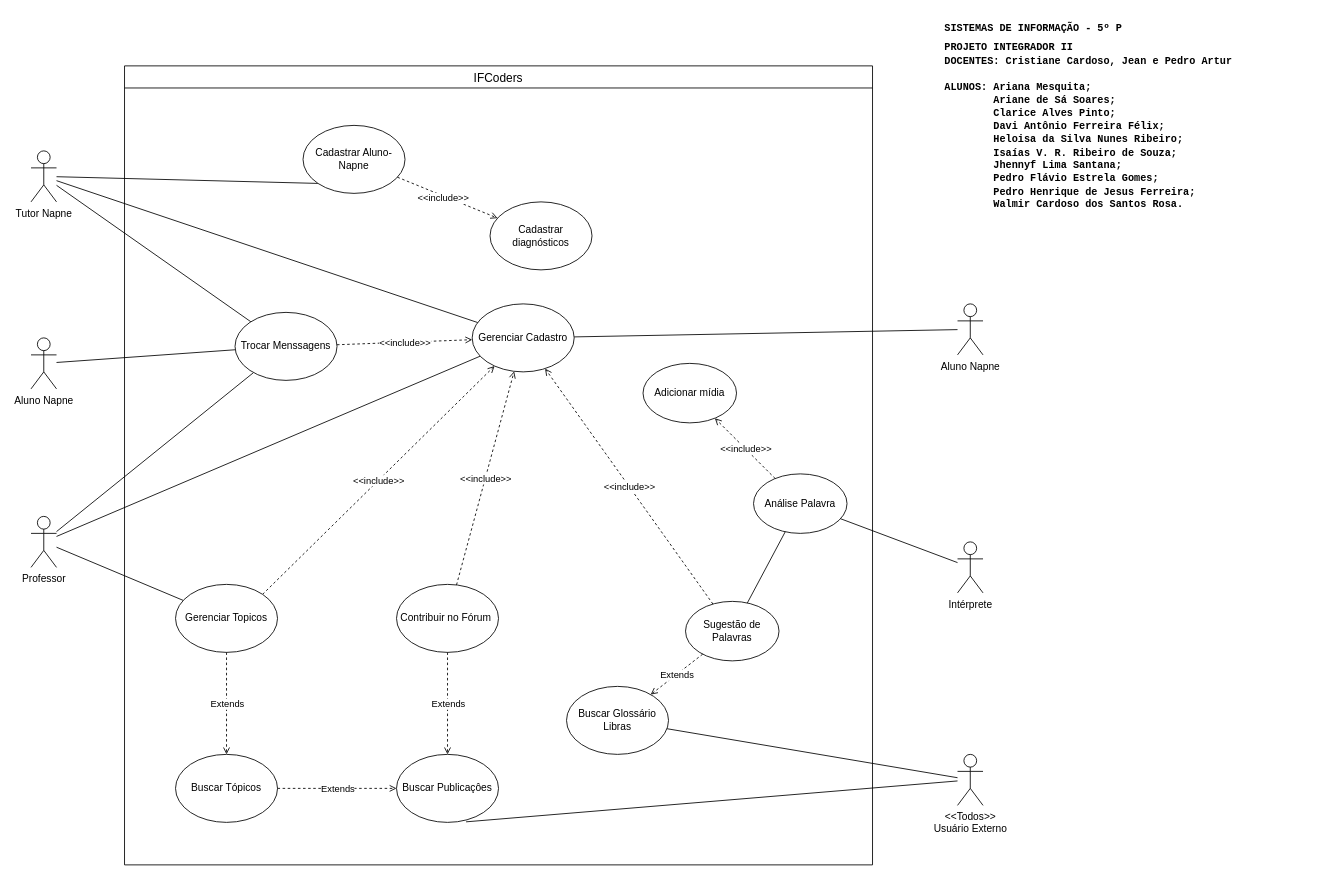
Before: Casos_Uso.drawio in arianamesquita/IFCoders, a draw.io diagram. Source tidied: cells renumbered, new cells numbered last; positions are measured from the earlier drawing's top-left corner, leaving out a move shared by most shapes. Both pictures are drawn from the tidied source at 85%, with x=0, y=0 at pixel (31, 23).
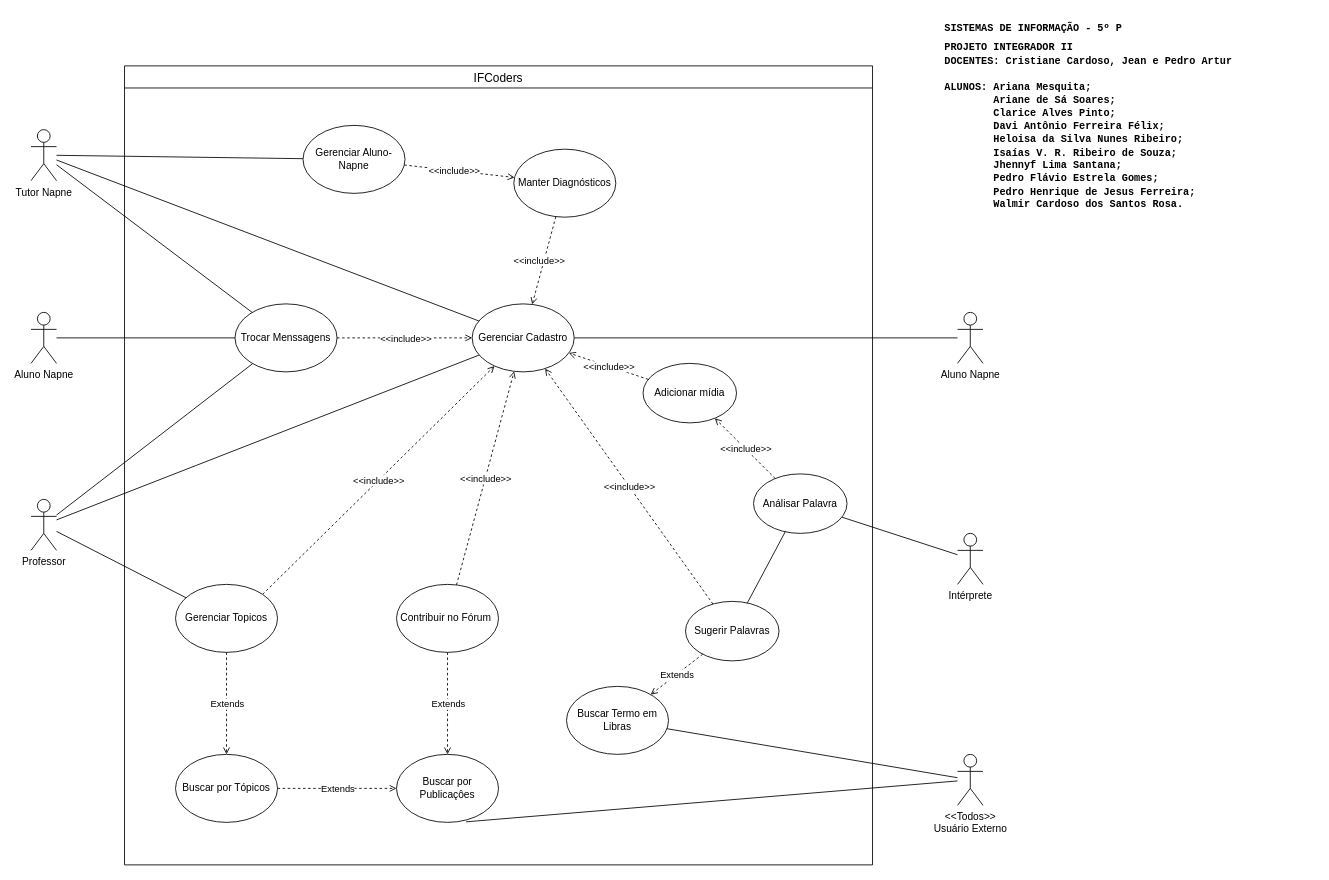
Above is the later version.

The change refers to these unchanged cells:
```xml
<mxCell id="21" value="Gerenciar Cadastro" style="ellipse;whiteSpace=wrap;html=1;" parent="1" vertex="1">
  <mxGeometry x="519" y="330" width="120" height="80" as="geometry" />
</mxCell>
<mxCell id="30" value="Adicionar mídia" style="ellipse;whiteSpace=wrap;html=1;" parent="1" vertex="1">
  <mxGeometry x="720" y="400" width="110" height="70" as="geometry" />
</mxCell>
```

Change to the diagram source:
```diff
@@
     <mxCell id="2" value="Tutor Napne" style="shape=umlActor;verticalLabelPosition=bottom;verticalAlign=top;html=1;outlineConnect=0;" parent="1" vertex="1">
-      <mxGeometry y="150" width="30" height="60" as="geometry" />
+      <mxGeometry y="125" width="30" height="60" as="geometry" />
     </mxCell>
     <mxCell id="3" value="Professor" style="shape=umlActor;verticalLabelPosition=bottom;verticalAlign=top;html=1;outlineConnect=0;" parent="1" vertex="1">
-      <mxGeometry y="580" width="30" height="60" as="geometry" />
+      <mxGeometry y="560" width="30" height="60" as="geometry" />
     </mxCell>
     <mxCell id="4" value="Aluno Napne" style="shape=umlActor;verticalLabelPosition=bottom;verticalAlign=top;html=1;outlineConnect=0;" parent="1" vertex="1">
-      <mxGeometry y="370" width="30" height="60" as="geometry" />
+      <mxGeometry y="340" width="30" height="60" as="geometry" />
     </mxCell>
@@
-    <mxCell id="6" style="endArrow=none;html=1;rounded=0;entryX=0;entryY=1;entryDx=0;entryDy=0;" parent="1" edge="1" source="2" target="18">
+    <mxCell id="6" style="endArrow=none;html=1;rounded=0;" parent="1" edge="1" source="2" target="18">
       <mxGeometry relative="1" as="geometry" />
     </mxCell>
@@
     <mxCell id="12" value="Intérprete" style="shape=umlActor;verticalLabelPosition=bottom;verticalAlign=top;html=1;outlineConnect=0;" parent="1" vertex="1">
-      <mxGeometry x="1090" y="610" width="30" height="60" as="geometry" />
+      <mxGeometry x="1090" y="600" width="30" height="60" as="geometry" />
     </mxCell>
@@
-    <mxCell id="17" value="Cadastrar diagnósticos" style="ellipse;whiteSpace=wrap;html=1;" parent="1" vertex="1">
-      <mxGeometry x="540" y="210" width="120" height="80" as="geometry" />
+    <mxCell id="17" value="Manter Diagnósticos" style="ellipse;whiteSpace=wrap;html=1;" parent="1" vertex="1">
+      <mxGeometry x="568" y="148" width="120" height="80" as="geometry" />
     </mxCell>
-    <mxCell id="18" value="Cadastrar Aluno-Napne" style="ellipse;whiteSpace=wrap;html=1;" parent="1" vertex="1">
+    <mxCell id="18" value="Gerenciar Aluno-Napne" style="ellipse;whiteSpace=wrap;html=1;" parent="1" vertex="1">
       <mxGeometry x="320" y="120" width="120" height="80" as="geometry" />
     </mxCell>
@@
     <mxCell id="22" value="Trocar Menssagens" style="ellipse;whiteSpace=wrap;html=1;" parent="1" vertex="1">
-      <mxGeometry x="240" y="340" width="120" height="80" as="geometry" />
+      <mxGeometry x="240" y="330" width="120" height="80" as="geometry" />
     </mxCell>
@@
-    <mxCell id="31" value="Análise Palavra" style="ellipse;whiteSpace=wrap;html=1;" parent="1" vertex="1">
+    <mxCell id="31" value="Análisar Palavra" style="ellipse;whiteSpace=wrap;html=1;" parent="1" vertex="1">
       <mxGeometry x="850" y="530" width="110" height="70" as="geometry" />
     </mxCell>
@@
-    <mxCell id="34" value="Sugestão de Palavras" style="ellipse;whiteSpace=wrap;html=1;" parent="1" vertex="1">
+    <mxCell id="34" value="Sugerir Palavras" style="ellipse;whiteSpace=wrap;html=1;" parent="1" vertex="1">
       <mxGeometry x="770" y="680" width="110" height="70" as="geometry" />
     </mxCell>
@@
-    <mxCell id="37" value="Buscar Publicaçôes" style="ellipse;whiteSpace=wrap;html=1;" parent="1" vertex="1">
+    <mxCell id="37" value="Buscar por Publicaçôes" style="ellipse;whiteSpace=wrap;html=1;" parent="1" vertex="1">
       <mxGeometry x="430" y="860" width="120" height="80" as="geometry" />
     </mxCell>
@@
-    <mxCell id="40" value="Buscar Tópicos" style="ellipse;whiteSpace=wrap;html=1;" parent="1" vertex="1">
+    <mxCell id="40" value="Buscar por Tópicos" style="ellipse;whiteSpace=wrap;html=1;" parent="1" vertex="1">
       <mxGeometry x="170" y="860" width="120" height="80" as="geometry" />
     </mxCell>
@@
-    <mxCell id="45" value="Buscar Glossário Libras" style="ellipse;whiteSpace=wrap;html=1;" parent="1" vertex="1">
+    <mxCell id="45" value="Buscar Termo em Libras" style="ellipse;whiteSpace=wrap;html=1;" parent="1" vertex="1">
       <mxGeometry x="630" y="780" width="120" height="80" as="geometry" />
     </mxCell>
@@
     <mxCell id="50" value="Aluno Napne" style="shape=umlActor;verticalLabelPosition=bottom;verticalAlign=top;html=1;outlineConnect=0;" parent="1" vertex="1">
-      <mxGeometry x="1090" y="330" width="30" height="60" as="geometry" />
+      <mxGeometry x="1090" y="340" width="30" height="60" as="geometry" />
     </mxCell>
@@
+    <mxCell id="53" style="endArrow=open;html=1;rounded=0;dashed=1;endFill=0;" parent="1" edge="1" source="17" target="21">
+      <mxGeometry relative="1" as="geometry" />
+    </mxCell>
+    <mxCell id="54" value="&amp;lt;&amp;lt;include&amp;gt;&amp;gt;" style="edgeLabel;html=1;align=center;verticalAlign=middle;" parent="53" vertex="1">
+      <mxGeometry relative="1" as="geometry">
+        <mxPoint x="-6" as="offset" />
+      </mxGeometry>
+    </mxCell>
+    <mxCell id="55" style="endArrow=open;html=1;rounded=0;dashed=1;endFill=0;" parent="1" edge="1" source="30" target="21">
+      <mxGeometry relative="1" as="geometry" />
+    </mxCell>
+    <mxCell id="56" value="&amp;lt;&amp;lt;include&amp;gt;&amp;gt;" style="edgeLabel;html=1;align=center;verticalAlign=middle;" parent="55" vertex="1">
+      <mxGeometry relative="1" as="geometry" />
+    </mxCell>
```
